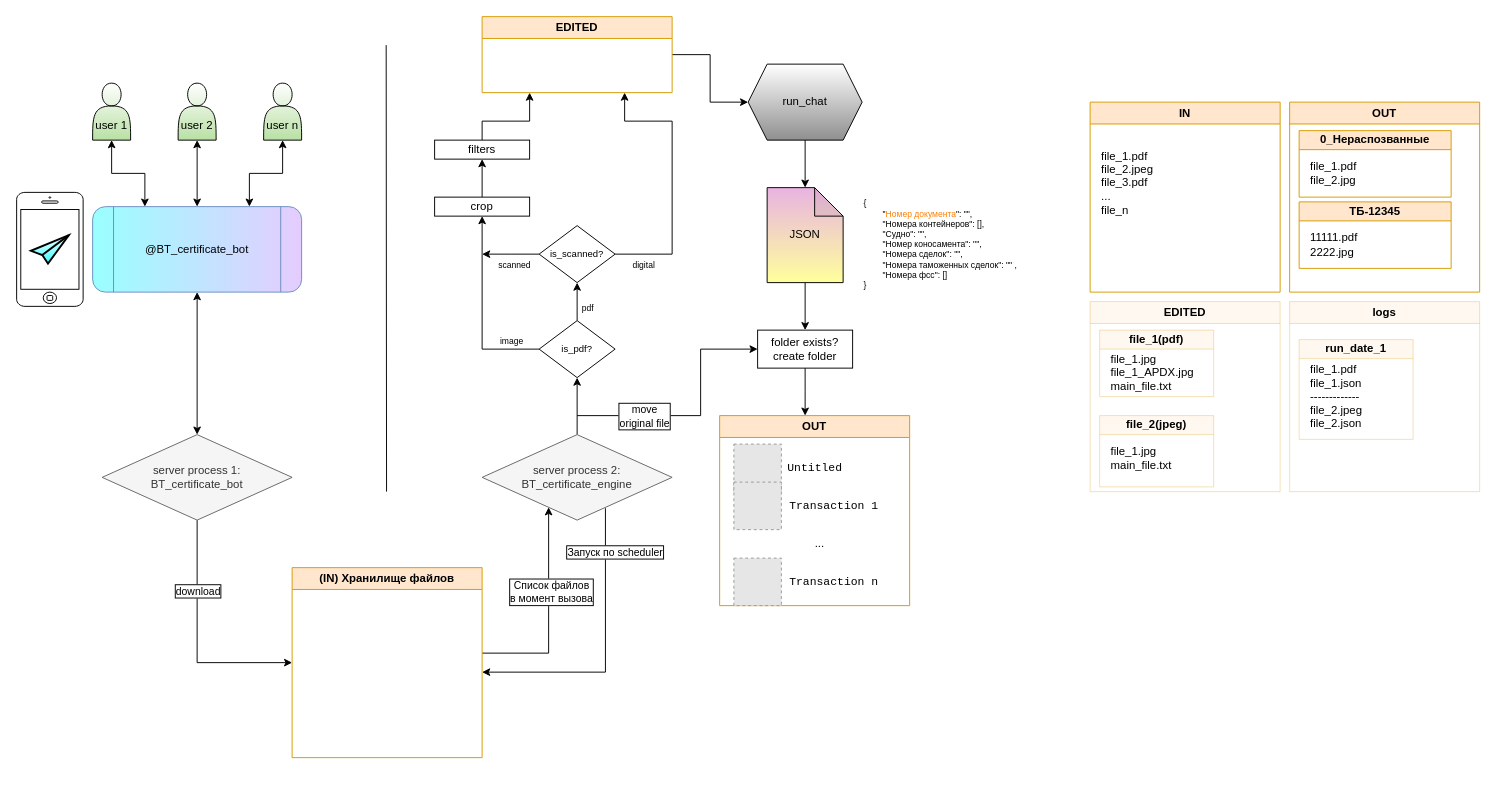
maxfil333/shared keeps this draw.io diagram as SCHEMAS/certificate_bot.drawio. Above is the earlier version. Source tidied: cells renumbered, new cells numbered last; positions are measured from the earlier drawing's top-left corner, leaving out a move shared by most shapes. Both pictures are drawn from the tidied source at 95%, with x=0, y=0 at pixel (16, 16). Pictures stored in the file or linked from it are replaced by grey dashed boxes.
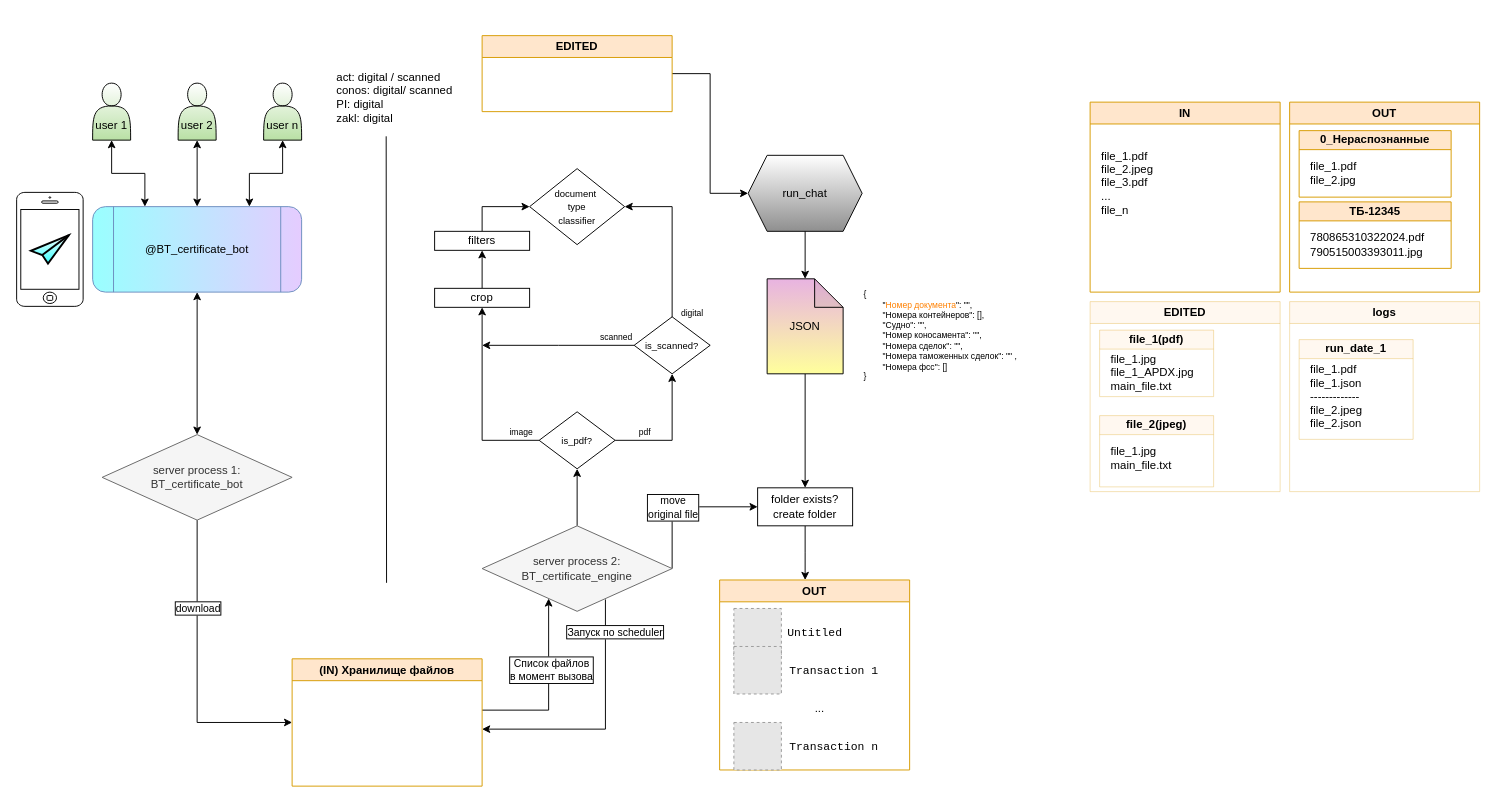
After the change.

Unchanged cells that the change refers to:
```xml
<mxCell id="53" value="OUT" style="swimlane;whiteSpace=wrap;html=1;fillColor=#ffe6cc;strokeColor=#d79b00;" parent="1" vertex="1">
  <mxGeometry x="1340" y="90" width="200" height="200" as="geometry" />
</mxCell>
<mxCell id="56" value="ТБ-12345" style="swimlane;whiteSpace=wrap;html=1;fillColor=#ffe6cc;strokeColor=#d79b00;startSize=20;" parent="53" vertex="1">
  <mxGeometry x="10" y="105" width="160" height="70" as="geometry" />
</mxCell>
<mxCell id="66" style="edgeStyle=orthogonalEdgeStyle;rounded=0;jettySize=auto;html=1;entryX=0.5;entryY=1;entryDx=0;entryDy=0;flowAnimation=1;" parent="1" edge="1" source="70" target="65">
  <mxGeometry relative="1" as="geometry" />
</mxCell>
<mxCell id="68" style="edgeStyle=orthogonalEdgeStyle;rounded=0;jettySize=auto;html=1;entryX=0.5;entryY=1;entryDx=0;entryDy=0;flowAnimation=1;" parent="1" edge="1" source="70" target="25">
  <mxGeometry relative="1" as="geometry" />
</mxCell>
```

Change to the diagram source:
```diff
@@
     <mxCell id="3" style="endArrow=none;html=1;rounded=0;" parent="1" edge="1">
       <mxGeometry relative="1" as="geometry">
-        <mxPoint x="389.4" y="500" as="sourcePoint" />
-        <mxPoint x="389" y="30" as="targetPoint" />
+        <mxPoint x="389.4" y="596" as="sourcePoint" />
+        <mxPoint x="389" y="126" as="targetPoint" />
       </mxGeometry>
     </mxCell>
     <mxCell id="4" style="edgeStyle=orthogonalEdgeStyle;rounded=0;jettySize=auto;html=1;flowAnimation=1;" parent="1" edge="1" target="23">
       <mxGeometry relative="1" as="geometry">
-        <mxPoint x="490" y="670" as="sourcePoint" />
+        <mxPoint x="490" y="730" as="sourcePoint" />
         <Array as="points">
-          <mxPoint x="560" y="670" />
+          <mxPoint x="490" y="730" />
+          <mxPoint x="560" y="730" />
         </Array>
       </mxGeometry>
     </mxCell>
@@
     <mxCell id="6" value="(IN) Хранилище файлов" style="swimlane;whiteSpace=wrap;html=1;fillColor=#ffe6cc;strokeColor=#d79b00;" parent="1" vertex="1">
-      <mxGeometry x="290" y="580" width="200" height="200" as="geometry" />
+      <mxGeometry x="290" y="676" width="200" height="134" as="geometry" />
     </mxCell>
@@
     <mxCell id="18" style="edgeStyle=orthogonalEdgeStyle;rounded=0;jettySize=auto;html=1;flowAnimation=1;exitX=0.649;exitY=0.861;exitDx=0;exitDy=0;exitPerimeter=0;" parent="1" edge="1" source="23">
       <mxGeometry relative="1" as="geometry">
-        <mxPoint x="490" y="690" as="targetPoint" />
+        <mxPoint x="490" y="750" as="targetPoint" />
         <Array as="points">
-          <mxPoint x="620" y="690" />
+          <mxPoint x="620" y="750" />
+          <mxPoint x="490" y="750" />
         </Array>
       </mxGeometry>
     </mxCell>
@@
-    <mxCell id="21" style="edgeStyle=orthogonalEdgeStyle;rounded=0;jettySize=auto;html=1;entryX=0;entryY=0.5;entryDx=0;entryDy=0;flowAnimation=1;" parent="1" edge="1" target="36">
+    <mxCell id="21" style="edgeStyle=orthogonalEdgeStyle;rounded=0;jettySize=auto;html=1;flowAnimation=1;entryX=0;entryY=0.5;entryDx=0;entryDy=0;exitX=1;exitY=0.5;exitDx=0;exitDy=0;" parent="1" edge="1" source="23" target="36">
       <mxGeometry relative="1" as="geometry">
-        <mxPoint x="590" y="420" as="sourcePoint" />
         <Array as="points">
-          <mxPoint x="720" y="420" />
-          <mxPoint x="720" y="350" />
+          <mxPoint x="690" y="516" />
         </Array>
       </mxGeometry>
     </mxCell>
     <mxCell id="22" value="&lt;div&gt;move&lt;/div&gt;original file" style="edgeLabel;html=1;align=center;verticalAlign=middle;labelBorderColor=default;" parent="21" vertex="1">
       <mxGeometry x="-0.17" relative="1" as="geometry">
-        <mxPoint x="-38" as="offset" />
+        <mxPoint y="-1" as="offset" />
       </mxGeometry>
     </mxCell>
     <mxCell id="23" value="&lt;div&gt;server process 2:&lt;/div&gt;BT_certificate_engine" style="rhombus;whiteSpace=wrap;html=1;fillColor=#f5f5f5;fontColor=#333333;strokeColor=#666666;" parent="1" vertex="1">
-      <mxGeometry x="490" y="440" width="200" height="90" as="geometry" />
+      <mxGeometry x="490" y="536" width="200" height="90" as="geometry" />
     </mxCell>
@@
     <mxCell id="25" value="crop" style="rounded=0;whiteSpace=wrap;html=1;" parent="1" vertex="1">
-      <mxGeometry x="440" y="190" width="100" height="20" as="geometry" />
+      <mxGeometry x="440" y="286" width="100" height="20" as="geometry" />
     </mxCell>
-    <mxCell id="26" style="edgeStyle=orthogonalEdgeStyle;rounded=0;jettySize=auto;html=1;entryX=0.25;entryY=1;entryDx=0;entryDy=0;flowAnimation=1;" parent="1" edge="1" source="27" target="29">
+    <mxCell id="26" style="edgeStyle=orthogonalEdgeStyle;rounded=0;jettySize=auto;html=1;entryX=0;entryY=0.5;entryDx=0;entryDy=0;flowAnimation=1;" parent="1" edge="1" source="27" target="71">
       <mxGeometry relative="1" as="geometry">
         <Array as="points">
-          <mxPoint x="490" y="110" />
-          <mxPoint x="540" y="110" />
+          <mxPoint x="490" y="200" />
         </Array>
       </mxGeometry>
     </mxCell>
     <mxCell id="27" value="filters" style="rounded=0;whiteSpace=wrap;html=1;" parent="1" vertex="1">
-      <mxGeometry x="440" y="130" width="100" height="20" as="geometry" />
+      <mxGeometry x="440" y="226" width="100" height="20" as="geometry" />
     </mxCell>
-    <mxCell id="28" style="edgeStyle=orthogonalEdgeStyle;rounded=0;jettySize=auto;html=1;entryX=0;entryY=0.5;entryDx=0;entryDy=0;flowAnimation=1;" parent="1" edge="1" source="29" target="30">
+    <mxCell id="28" style="edgeStyle=orthogonalEdgeStyle;rounded=0;jettySize=auto;html=1;entryX=0;entryY=0.5;entryDx=0;entryDy=0;flowAnimation=1;exitX=1;exitY=0.5;exitDx=0;exitDy=0;" parent="1" edge="1" source="29" target="30">
       <mxGeometry relative="1" as="geometry" />
     </mxCell>
-    <mxCell id="29" value="EDITED" style="swimlane;whiteSpace=wrap;html=1;fillColor=#ffe6cc;strokeColor=#d79b00;" parent="1" vertex="1">
-      <mxGeometry x="490" width="200" height="80" as="geometry" />
-    </mxCell>
     <mxCell id="30" value="run_chat" style="shape=hexagon;perimeter=hexagonPerimeter2;whiteSpace=wrap;html=1;fixedSize=1;gradientColor=#8F8F8F;" parent="1" vertex="1">
-      <mxGeometry x="770" y="50" width="120" height="80" as="geometry" />
+      <mxGeometry x="770" y="146" width="120" height="80" as="geometry" />
     </mxCell>
@@
     <mxCell id="32" value="JSON" style="shape=note;whiteSpace=wrap;html=1;backgroundOutline=1;darkOpacity=0.05;gradientColor=#FFFF9C;fillColor=#E8B3E1;" parent="1" vertex="1">
-      <mxGeometry x="790" y="180" width="80" height="100" as="geometry" />
+      <mxGeometry x="790" y="276" width="80" height="100" as="geometry" />
     </mxCell>
     <mxCell id="33" value="&lt;div style=&quot;font-size: 9px;&quot;&gt;&lt;font style=&quot;font-size: 9px;&quot;&gt;{&lt;/font&gt;&lt;/div&gt;&lt;div style=&quot;font-size: 9px;&quot;&gt;&lt;span style=&quot;white-space-collapse: collapse;&quot;&gt;&lt;font style=&quot;font-size: 9px;&quot;&gt;&lt;span style=&quot;white-space-collapse: preserve;&quot;&gt;&#9;&lt;/span&gt;&quot;&lt;font color=&quot;#ff8000&quot;&gt;Номер документа&lt;/font&gt;&quot;: &quot;&quot;,&lt;/font&gt;&lt;/span&gt;&lt;/div&gt;&lt;div style=&quot;font-size: 9px;&quot;&gt;&lt;span style=&quot;white-space-collapse: collapse;&quot;&gt;&lt;font style=&quot;font-size: 9px;&quot;&gt;&lt;span style=&quot;white-space-collapse: preserve;&quot;&gt;&#9;&lt;/span&gt;&quot;Номера контейнеров&quot;: [],&lt;/font&gt;&lt;/span&gt;&lt;/div&gt;&lt;div style=&quot;font-size: 9px;&quot;&gt;&lt;span style=&quot;white-space-collapse: collapse;&quot;&gt;&lt;font style=&quot;font-size: 9px;&quot;&gt;&lt;span style=&quot;white-space-collapse: preserve;&quot;&gt;&#9;&lt;/span&gt;&quot;Судно&quot;: &quot;&quot;,&lt;/font&gt;&lt;/span&gt;&lt;/div&gt;&lt;div style=&quot;font-size: 9px;&quot;&gt;&lt;span style=&quot;white-space-collapse: collapse;&quot;&gt;&lt;font style=&quot;font-size: 9px;&quot;&gt;&lt;span style=&quot;white-space-collapse: preserve;&quot;&gt;&#9;&lt;/span&gt;&quot;Номер коносамента&quot;: &quot;&quot;,&lt;/font&gt;&lt;/span&gt;&lt;/div&gt;&lt;div style=&quot;font-size: 9px;&quot;&gt;&lt;span style=&quot;white-space-collapse: collapse;&quot;&gt;&lt;font style=&quot;font-size: 9px;&quot;&gt;&lt;span style=&quot;white-space-collapse: preserve;&quot;&gt;&#9;&lt;/span&gt;&quot;Номера сделок&quot;: &quot;&quot;,&lt;/font&gt;&lt;/span&gt;&lt;/div&gt;&lt;div style=&quot;font-size: 9px;&quot;&gt;&lt;span style=&quot;white-space-collapse: collapse;&quot;&gt;&lt;font style=&quot;font-size: 9px;&quot;&gt;&lt;span style=&quot;white-space-collapse: preserve;&quot;&gt;&#9;&lt;/span&gt;&quot;Номера таможенных сделок&quot;: &quot;&quot; ,&lt;/font&gt;&lt;/span&gt;&lt;/div&gt;&lt;div style=&quot;font-size: 9px;&quot;&gt;&lt;span style=&quot;white-space-collapse: collapse;&quot;&gt;&lt;font style=&quot;font-size: 9px;&quot;&gt;&lt;span style=&quot;white-space: pre;&quot;&gt;&#9;&lt;/span&gt;&quot;Номера фсс&quot;: []&lt;/font&gt;&lt;/span&gt;&lt;/div&gt;&lt;div style=&quot;font-size: 9px;&quot;&gt;&lt;font style=&quot;font-size: 9px;&quot;&gt;}&lt;/font&gt;&lt;/div&gt;" style="text;html=1;align=left;verticalAlign=middle;strokeColor=none;fillColor=none;glass=0;rounded=0;" parent="1" vertex="1">
-      <mxGeometry x="890" y="185" width="180" height="110" as="geometry" />
+      <mxGeometry x="890" y="281" width="180" height="110" as="geometry" />
     </mxCell>
@@
     <mxCell id="35" style="edgeStyle=orthogonalEdgeStyle;rounded=0;jettySize=auto;html=1;flowAnimation=1;" parent="1" edge="1" source="36">
       <mxGeometry relative="1" as="geometry">
-        <mxPoint x="830" y="420" as="targetPoint" />
+        <mxPoint x="830" y="593" as="targetPoint" />
       </mxGeometry>
     </mxCell>
     <mxCell id="36" value="folder exists?&lt;div&gt;create folder&lt;/div&gt;" style="rounded=0;whiteSpace=wrap;html=1;" parent="1" vertex="1">
-      <mxGeometry x="780" y="330" width="100" height="40" as="geometry" />
+      <mxGeometry x="780" y="496" width="100" height="40" as="geometry" />
     </mxCell>
     <mxCell id="37" value="OUT" style="swimlane;whiteSpace=wrap;html=1;fillColor=#ffe6cc;strokeColor=#d79b00;" parent="1" vertex="1">
-      <mxGeometry x="740" y="420" width="200" height="200" as="geometry" />
+      <mxGeometry x="740" y="593" width="200" height="200" as="geometry" />
     </mxCell>
@@
-    <mxCell id="54" value="0_Нераспозванные" style="swimlane;whiteSpace=wrap;html=1;fillColor=#ffe6cc;strokeColor=#d79b00;startSize=20;" parent="53" vertex="1">
+    <mxCell id="54" value="0_Нераспознанные" style="swimlane;whiteSpace=wrap;html=1;fillColor=#ffe6cc;strokeColor=#d79b00;startSize=20;" parent="53" vertex="1">
       <mxGeometry x="10" y="30" width="160" height="70" as="geometry" />
     </mxCell>
@@
-    <mxCell id="57" value="&lt;div&gt;11111.pdf&lt;/div&gt;&lt;div&gt;2222.jpg&lt;/div&gt;" style="text;html=1;align=left;verticalAlign=middle;strokeColor=none;fillColor=none;" parent="56" vertex="1">
-      <mxGeometry x="10" y="25" width="70" height="40" as="geometry" />
+    <mxCell id="57" value="&lt;div&gt;780865310322024.pdf&lt;/div&gt;&lt;div&gt;&lt;span style=&quot;background-color: initial;&quot;&gt;790515003393011&lt;/span&gt;.jpg&lt;/div&gt;" style="text;html=1;align=left;verticalAlign=middle;strokeColor=none;fillColor=none;" parent="56" vertex="1">
+      <mxGeometry x="10" y="25" width="140" height="40" as="geometry" />
     </mxCell>
@@
     <mxCell id="61" style="edgeStyle=orthogonalEdgeStyle;rounded=0;jettySize=auto;html=1;flowAnimation=1;" parent="1" edge="1" source="65">
       <mxGeometry relative="1" as="geometry">
-        <mxPoint x="490" y="250" as="targetPoint" />
+        <mxPoint x="490" y="346" as="targetPoint" />
       </mxGeometry>
     </mxCell>
     <mxCell id="62" value="&lt;font style=&quot;font-size: 9px;&quot;&gt;scanned&lt;/font&gt;" style="edgeLabel;html=1;align=center;verticalAlign=middle;" parent="61" vertex="1">
       <mxGeometry x="-0.29" relative="1" as="geometry">
-        <mxPoint x="-6" y="10" as="offset" />
+        <mxPoint x="37" y="-10" as="offset" />
       </mxGeometry>
     </mxCell>
-    <mxCell id="63" style="edgeStyle=orthogonalEdgeStyle;rounded=0;jettySize=auto;html=1;flowAnimation=1;entryX=0.75;entryY=1;entryDx=0;entryDy=0;exitX=1;exitY=0.5;exitDx=0;exitDy=0;" parent="1" edge="1" source="65" target="29">
+    <mxCell id="63" style="edgeStyle=orthogonalEdgeStyle;rounded=0;jettySize=auto;html=1;flowAnimation=1;entryX=1;entryY=0.5;entryDx=0;entryDy=0;exitX=1;exitY=0.5;exitDx=0;exitDy=0;" parent="1" edge="1" source="65" target="71">
       <mxGeometry relative="1" as="geometry">
         <Array as="points">
-          <mxPoint x="690" y="250" />
-          <mxPoint x="690" y="110" />
-          <mxPoint x="640" y="110" />
+          <mxPoint x="690" y="346" />
+          <mxPoint x="690" y="200" />
         </Array>
       </mxGeometry>
     </mxCell>
     <mxCell id="64" value="&lt;font style=&quot;font-size: 9px;&quot;&gt;digital&lt;/font&gt;" style="edgeLabel;html=1;align=center;verticalAlign=middle;" parent="63" vertex="1">
       <mxGeometry x="-0.6" y="-2" relative="1" as="geometry">
-        <mxPoint x="-27" y="8" as="offset" />
+        <mxPoint x="18" y="-28" as="offset" />
       </mxGeometry>
     </mxCell>
     <mxCell id="65" value="&lt;font style=&quot;font-size: 10px;&quot;&gt;is_scanned?&lt;/font&gt;" style="rhombus;whiteSpace=wrap;html=1;" parent="1" vertex="1">
-      <mxGeometry x="550" y="220" width="80" height="60" as="geometry" />
+      <mxGeometry x="650" y="316" width="80" height="60" as="geometry" />
     </mxCell>
@@
     <mxCell id="67" value="&lt;font style=&quot;font-size: 9px;&quot;&gt;pdf&lt;/font&gt;" style="edgeLabel;html=1;align=center;verticalAlign=middle;" parent="66" vertex="1">
       <mxGeometry x="-0.31" relative="1" as="geometry">
-        <mxPoint x="10" y="-1" as="offset" />
+        <mxPoint x="-15" y="-10" as="offset" />
       </mxGeometry>
     </mxCell>
@@
     <mxCell id="69" value="&lt;font style=&quot;font-size: 9px;&quot;&gt;image&lt;/font&gt;" style="edgeLabel;html=1;align=center;verticalAlign=middle;" parent="68" vertex="1">
       <mxGeometry x="-0.72" relative="1" as="geometry">
-        <mxPoint x="-2" y="-10" as="offset" />
+        <mxPoint x="8" y="-10" as="offset" />
       </mxGeometry>
     </mxCell>
     <mxCell id="70" value="&lt;font style=&quot;font-size: 10px;&quot;&gt;is_pdf?&lt;/font&gt;" style="rhombus;whiteSpace=wrap;html=1;" parent="1" vertex="1">
-      <mxGeometry x="550" y="320" width="80" height="60" as="geometry" />
+      <mxGeometry x="550" y="416" width="80" height="60" as="geometry" />
     </mxCell>
+    <mxCell id="29" value="EDITED" style="swimlane;whiteSpace=wrap;html=1;fillColor=#ffe6cc;strokeColor=#d79b00;" parent="1" vertex="1">
+      <mxGeometry x="490" y="20" width="200" height="80" as="geometry" />
+    </mxCell>
+    <mxCell id="71" value="&lt;span style=&quot;font-size: 10px;&quot;&gt;document&amp;nbsp;&lt;/span&gt;&lt;div&gt;&lt;span style=&quot;font-size: 10px;&quot;&gt;type&lt;/span&gt;&lt;/div&gt;&lt;div&gt;&lt;span style=&quot;font-size: 10px;&quot;&gt;classifier&lt;/span&gt;&lt;/div&gt;" style="rhombus;whiteSpace=wrap;html=1;" parent="1" vertex="1">
+      <mxGeometry x="540" y="160" width="100" height="80" as="geometry" />
+    </mxCell>
+    <mxCell id="72" value="act: digital / scanned&lt;div&gt;conos: digital/ scanned&lt;/div&gt;&lt;div style=&quot;&quot;&gt;PI: digital&lt;/div&gt;&lt;div&gt;zakl: digital&lt;/div&gt;" style="text;html=1;align=left;verticalAlign=middle;strokeColor=none;fillColor=none;" parent="1" vertex="1">
+      <mxGeometry x="335" y="50" width="150" height="70" as="geometry" />
+    </mxCell>
```
